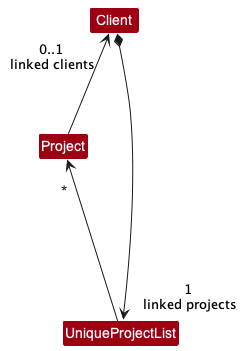
The PlantUML diagram docs/images/LinkedClassDiagram.png in nus-cs2103-AY2223S2/tp, before a commit. Its diagram source:
```plantuml
@startuml
!include style.puml
skinparam classBackgroundColor MODEL_COLOR

Class Client

Class UniqueProjectList

Class Project

Client *----> "1\n linked projects" UniqueProjectList
UniqueProjectList -up->"\n*" Project
Project -left->"0..1\n linked clients" Client

@enduml
```
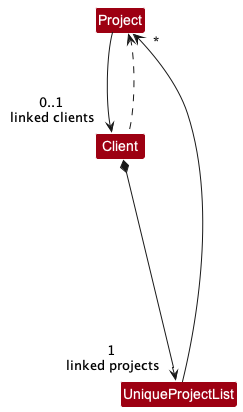
Later version of the same file.

What changed in the source:
```diff
@@ -9,7 +9,8 @@
 Class Project
 
 Client *----> "1\n linked projects" UniqueProjectList
-UniqueProjectList -up->"\n*" Project
-Project -left->"0..1\n linked clients" Client
+Project -->"0..1\n linked clients" Client
+Client .up.> Project
+UniqueProjectList -up->"*" Project
 
 @enduml
```
